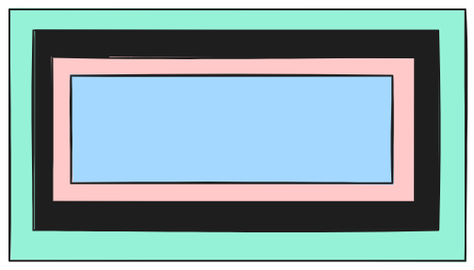
Earlier version of the Excalidraw export pic/blocks.excalidraw.png (silvercodes/p23_html_css). Source tidied: one line per element, renumbered; positions are measured from the earlier drawing's top-left corner, leaving out a move shared by most shapes.
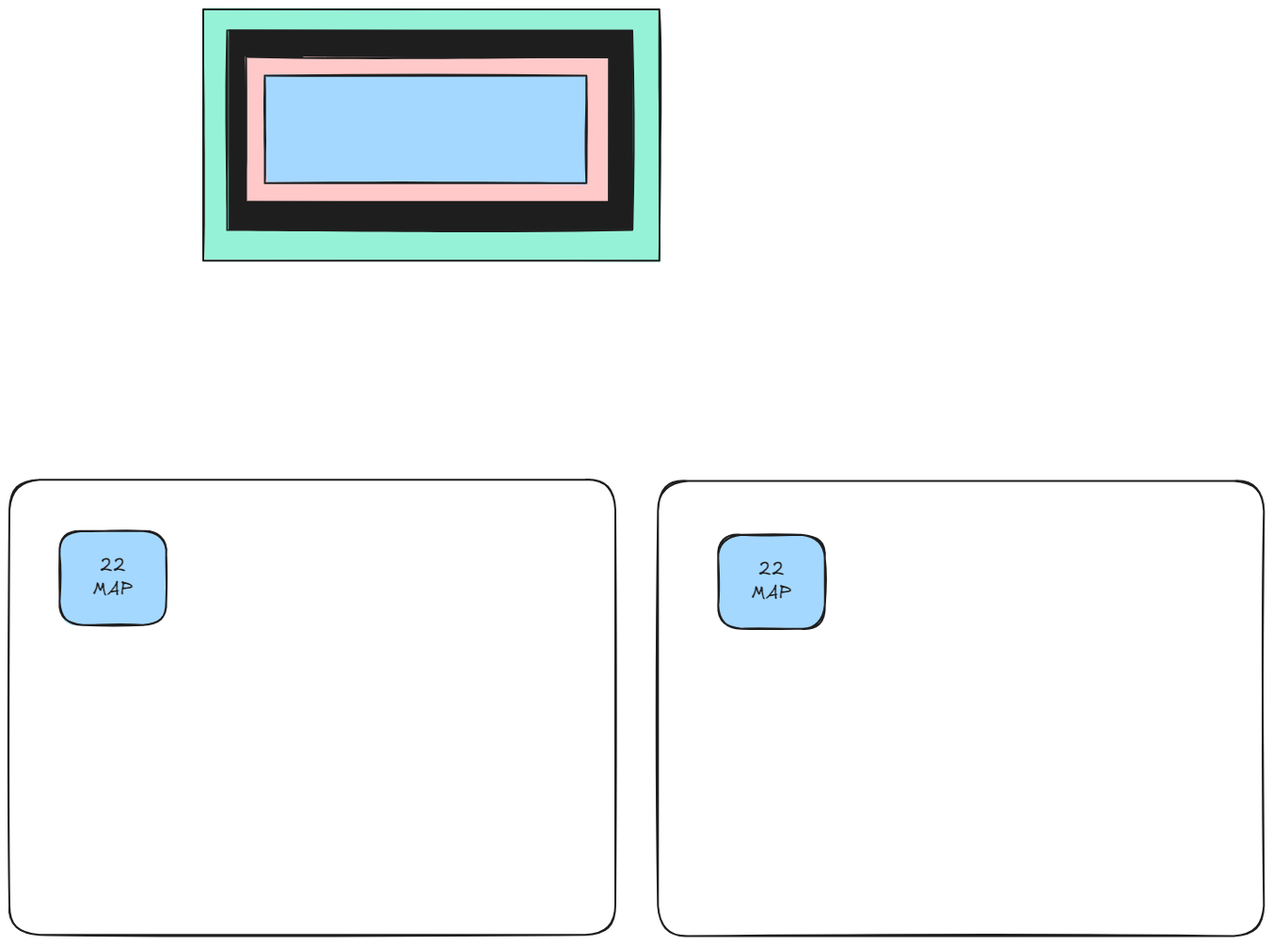
After the change.

The edit, as a diff of the source:
```diff
@@ -2,3 +2,9 @@
 {"id": 1, "type": "rectangle", "strokeColor": "#1e1e1e", "backgroundColor": "#1e1e1e", "fillStyle": "solid", "strokeWidth": 2, "roughness": 1, "x": 26, "y": 22, "width": 430, "height": 212}
 {"id": 2, "type": "rectangle", "strokeColor": "#1e1e1e", "backgroundColor": "#ffc9c9", "fillStyle": "solid", "strokeWidth": 2, "roughness": 1, "x": 46, "y": 50, "width": 386, "height": 154}
 {"id": 3, "type": "rectangle", "strokeColor": "#1e1e1e", "backgroundColor": "#a5d8ff", "fillStyle": "solid", "strokeWidth": 2, "roughness": 1, "x": 66, "y": 70, "width": 342, "height": 114}
+{"id": 4, "type": "rectangle", "strokeColor": "#1e1e1e", "strokeWidth": 2, "roughness": 1, "round": true, "x": -206, "y": 500, "width": 644, "height": 484}
+{"id": 5, "type": "rectangle", "strokeColor": "#1e1e1e", "strokeWidth": 2, "roughness": 1, "round": true, "x": 483, "y": 501, "width": 644, "height": 484}
+{"id": 6, "type": "rectangle", "strokeColor": "#1e1e1e", "backgroundColor": "#a5d8ff", "fillStyle": "solid", "strokeWidth": 2, "roughness": 1, "round": true, "x": -153, "y": 555, "width": 113, "height": 100}
+{"id": 7, "type": "text", "text": "22\nМАР", "strokeColor": "#1e1e1e", "strokeWidth": 2, "roughness": 1, "fontSize": 20, "fontFamily": 5, "textAlign": "center", "verticalAlign": "middle", "inside": 6, "x": -117, "y": 580, "width": 43, "height": 50}
+{"id": 8, "type": "rectangle", "strokeColor": "#1e1e1e", "backgroundColor": "#a5d8ff", "fillStyle": "solid", "strokeWidth": 2, "roughness": 1, "round": true, "x": 547, "y": 559, "width": 113, "height": 100}
+{"id": 9, "type": "text", "text": "22\nМАР", "strokeColor": "#1e1e1e", "strokeWidth": 2, "roughness": 1, "fontSize": 20, "fontFamily": 5, "textAlign": "center", "verticalAlign": "middle", "inside": 8, "x": 583, "y": 584, "width": 43, "height": 50}
```
